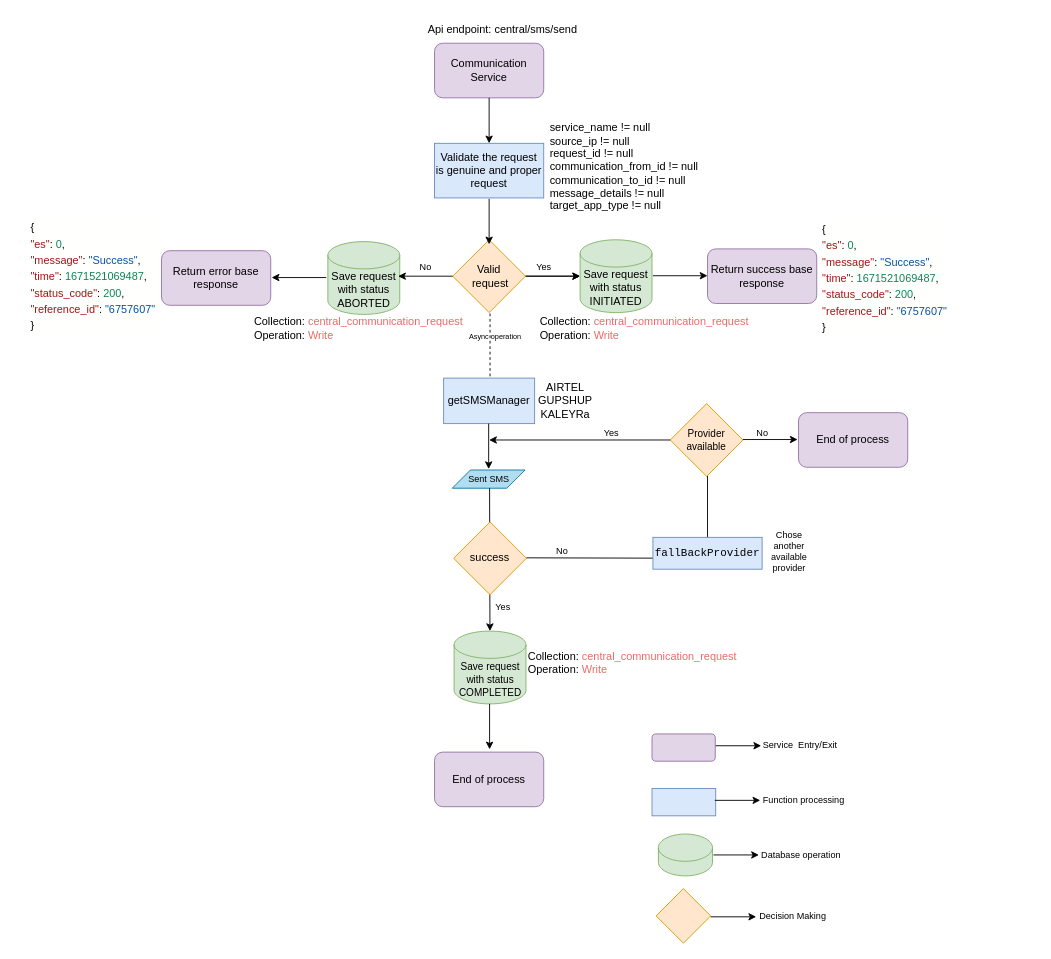
The draw.io diagram CommSmsFlowDiagram.drawio in ravi-bala13/Flow-Diagrams, before the edit. Source tidied: cells renumbered, new cells numbered last; positions are measured from the earlier drawing's top-left corner, leaving out a move shared by most shapes. Both pictures are drawn from the tidied source at 91%, with x=0, y=0 at pixel (15, 15).
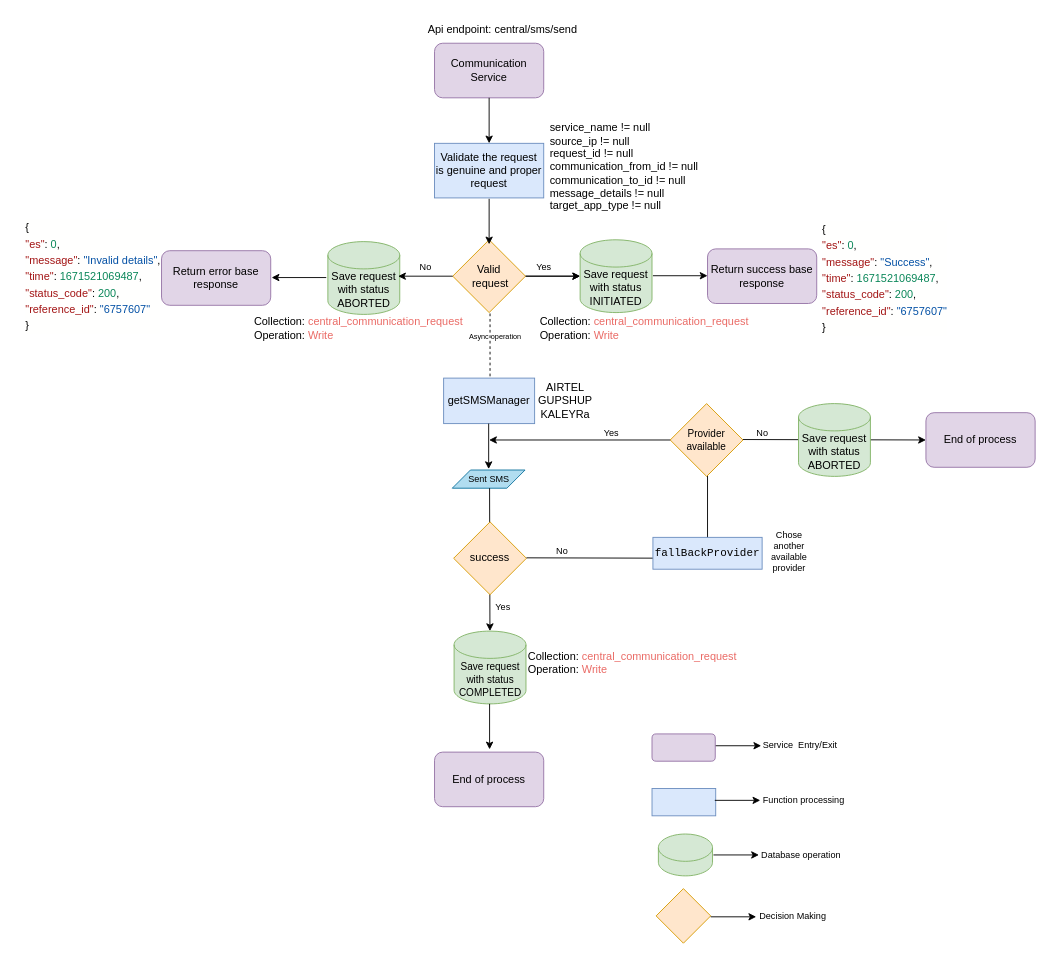
After the change.

Diff of the diagram source:
```diff
@@
-    <mxCell id="12" value="&lt;div style=&quot;text-align: start; background-color: rgb(255, 255, 254); line-height: 18px;&quot;&gt;&lt;div&gt;{&lt;/div&gt;&lt;div&gt;    &lt;span style=&quot;color: rgb(163, 21, 21);&quot;&gt;&quot;es&quot;&lt;/span&gt;: &lt;span style=&quot;color: rgb(9, 134, 88);&quot;&gt;0&lt;/span&gt;,&lt;/div&gt;&lt;div&gt;    &lt;span style=&quot;color: rgb(163, 21, 21);&quot;&gt;&quot;message&quot;&lt;/span&gt;: &lt;span style=&quot;color: rgb(4, 81, 165);&quot;&gt;&quot;Success&quot;&lt;/span&gt;,&lt;/div&gt;&lt;div&gt;    &lt;span style=&quot;color: rgb(163, 21, 21);&quot;&gt;&quot;time&quot;&lt;/span&gt;: &lt;span style=&quot;color: rgb(9, 134, 88);&quot;&gt;1671521069487&lt;/span&gt;,&lt;/div&gt;&lt;div&gt;    &lt;span style=&quot;color: rgb(163, 21, 21);&quot;&gt;&quot;status_code&quot;&lt;/span&gt;: &lt;span style=&quot;color: rgb(9, 134, 88);&quot;&gt;200&lt;/span&gt;,&lt;/div&gt;&lt;div&gt;    &lt;span style=&quot;color: rgb(163, 21, 21);&quot;&gt;&quot;reference_id&quot;&lt;/span&gt;: &lt;span style=&quot;color: rgb(4, 81, 165);&quot;&gt;&quot;6757607&quot;&lt;/span&gt;&lt;/div&gt;&lt;div&gt;}&lt;/div&gt;&lt;/div&gt;" style="text;html=1;strokeColor=none;fillColor=none;align=center;verticalAlign=middle;whiteSpace=wrap;rounded=0;fontColor=#000000;" parent="1" vertex="1">
+    <mxCell id="12" value="&lt;div style=&quot;text-align: start; background-color: rgb(255, 255, 254); line-height: 18px;&quot;&gt;&lt;div&gt;{&lt;/div&gt;&lt;div&gt;    &lt;span style=&quot;color: rgb(163, 21, 21);&quot;&gt;&quot;es&quot;&lt;/span&gt;: &lt;span style=&quot;color: rgb(9, 134, 88);&quot;&gt;0&lt;/span&gt;,&lt;/div&gt;&lt;div&gt;    &lt;span style=&quot;color: rgb(163, 21, 21);&quot;&gt;&quot;message&quot;&lt;/span&gt;: &lt;span style=&quot;color: rgb(4, 81, 165);&quot;&gt;&quot;&lt;/span&gt;&lt;span style=&quot;caret-color: rgb(4, 81, 165); color: rgb(4, 81, 165);&quot;&gt;Invalid details&lt;/span&gt;&lt;span style=&quot;color: rgb(4, 81, 165);&quot;&gt;&quot;&lt;/span&gt;,&lt;/div&gt;&lt;div&gt;    &lt;span style=&quot;color: rgb(163, 21, 21);&quot;&gt;&quot;time&quot;&lt;/span&gt;: &lt;span style=&quot;color: rgb(9, 134, 88);&quot;&gt;1671521069487&lt;/span&gt;,&lt;/div&gt;&lt;div&gt;    &lt;span style=&quot;color: rgb(163, 21, 21);&quot;&gt;&quot;status_code&quot;&lt;/span&gt;: &lt;span style=&quot;color: rgb(9, 134, 88);&quot;&gt;200&lt;/span&gt;,&lt;/div&gt;&lt;div&gt;    &lt;span style=&quot;color: rgb(163, 21, 21);&quot;&gt;&quot;reference_id&quot;&lt;/span&gt;: &lt;span style=&quot;color: rgb(4, 81, 165);&quot;&gt;&quot;6757607&quot;&lt;/span&gt;&lt;/div&gt;&lt;div&gt;}&lt;/div&gt;&lt;/div&gt;" style="text;html=1;strokeColor=none;fillColor=none;align=center;verticalAlign=middle;whiteSpace=wrap;rounded=0;fontColor=#000000;" parent="1" vertex="1">
       <mxGeometry y="226" width="170" height="120" as="geometry" />
     </mxCell>
@@
-    <mxCell id="55" style="endArrow=classic;html=1;rounded=0;fontColor=#000000;entryX=0;entryY=0.5;entryDx=0;entryDy=0;entryPerimeter=0;exitX=1;exitY=0.5;exitDx=0;exitDy=0;" parent="1" edge="1">
+    <mxCell id="55" style="endArrow=classic;html=1;rounded=0;fontColor=#000000;entryX=0;entryY=0.5;entryDx=0;entryDy=0;exitX=1;exitY=0.5;exitDx=0;exitDy=0;" parent="1" edge="1" target="56">
       <mxGeometry relative="1" as="geometry">
         <mxPoint x="799" y="465.5" as="sourcePoint" />
-        <mxPoint x="859" y="465.5" as="targetPoint" />
       </mxGeometry>
     </mxCell>
     <mxCell id="56" value="End of process" style="rounded=1;whiteSpace=wrap;html=1;fillColor=#e1d5e7;strokeColor=#9673a6;" parent="1" vertex="1">
-      <mxGeometry x="860" y="436" width="120" height="60" as="geometry" />
+      <mxGeometry x="1000" y="436" width="120" height="60" as="geometry" />
     </mxCell>
@@
+    <mxCell id="58" value="Save request with status ABORTED" style="shape=cylinder3;whiteSpace=wrap;html=1;boundedLbl=1;backgroundOutline=1;size=15;fillColor=#d5e8d4;strokeColor=#82b366;" parent="1" vertex="1">
+      <mxGeometry x="860" y="426" width="79" height="80" as="geometry" />
+    </mxCell>
```
